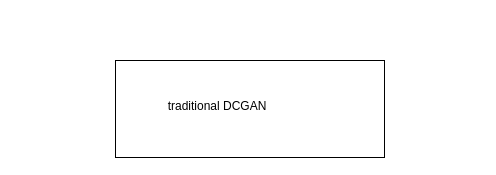
This is src/Untitled Diagram.drawio from KamenDamov/IFT3710-Advanced-Project-in-ML-AI, a draw.io file, before an edit. Source tidied: cells renumbered, new cells numbered last; positions are measured from the earlier drawing's top-left corner, leaving out a move shared by most shapes. Both pictures are drawn from the tidied source at 100%, with x=0, y=0 at pixel (115, 60). Pictures stored in the file or linked from it are replaced by grey dashed boxes.
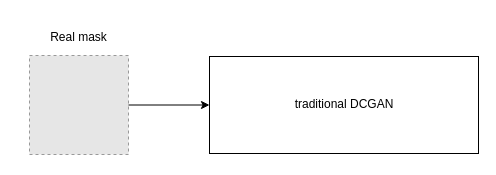
The same page after the edit.

The edit, as a diff of the source:
```diff
@@
 <mxGraphModel>
   <root>
     <mxCell id="0" />
     <mxCell id="1" parent="0" />
     <mxCell id="2" style="rounded=0;whiteSpace=wrap;html=1;" parent="1" vertex="1">
-      <mxGeometry width="269" height="97" as="geometry" />
+      <mxGeometry x="94" y="-4" width="269" height="97" as="geometry" />
     </mxCell>
     <mxCell id="3" value="traditional DCGAN" style="text;html=1;align=center;verticalAlign=middle;whiteSpace=wrap;rounded=0;" parent="1" vertex="1">
-      <mxGeometry x="16" y="25" width="172" height="42.5" as="geometry" />
+      <mxGeometry x="142.5" y="23.2" width="172" height="42.5" as="geometry" />
     </mxCell>
+    <mxCell id="4" style="fillColor=#E6E6E6;strokeColor=#999999;dashed=1;verticalLabelPosition=bottom;labelBackgroundColor=default;verticalAlign=top;" parent="1" vertex="1">
+      <mxGeometry x="-86" y="-5" width="99" height="99" as="geometry" />
+    </mxCell>
+    <mxCell id="5" value="Real mask" style="text;html=1;align=center;verticalAlign=middle;whiteSpace=wrap;rounded=0;" parent="1" vertex="1">
+      <mxGeometry x="-98" y="-43" width="123" height="39" as="geometry" />
+    </mxCell>
+    <mxCell id="6" style="endArrow=classic;html=1;rounded=0;exitX=1;exitY=0.5;exitDx=0;exitDy=0;entryX=0;entryY=0.5;entryDx=0;entryDy=0;" parent="1" edge="1" source="4" target="2">
+      <mxGeometry relative="1" as="geometry" />
+    </mxCell>
   </root>
 </mxGraphModel>
```
